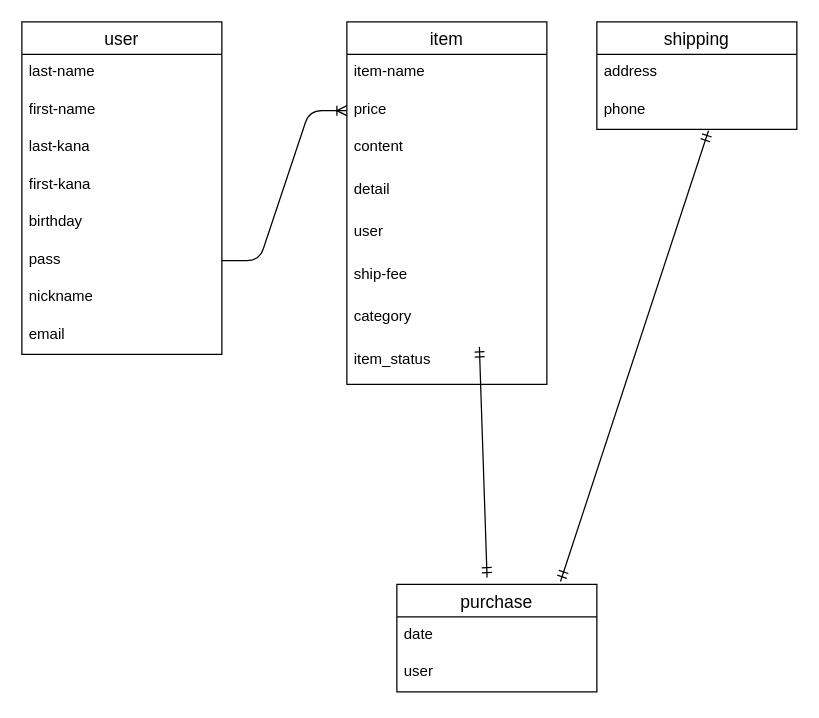
The draw.io diagram er.dio in ericaohashi/furima-37450, before the edit. Source tidied: cells renumbered, new cells numbered last; positions are measured from the earlier drawing's top-left corner, leaving out a move shared by most shapes. Both pictures are drawn from the tidied source at 125%, with x=0, y=0 at pixel (21, 21).
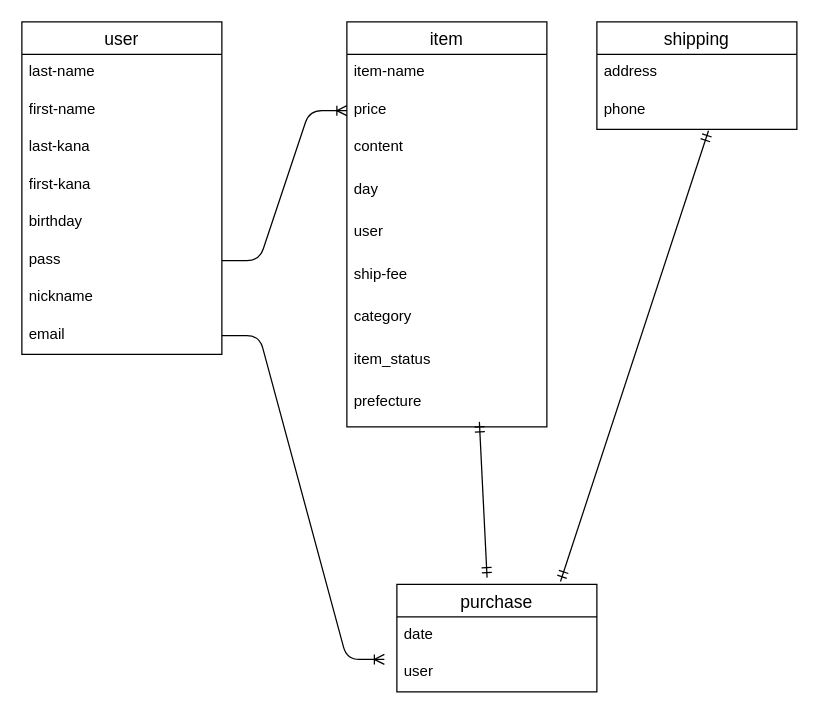
Above is the later version.

Unchanged cells that the change refers to:
```xml
<mxCell id="10" value="email" style="text;strokeColor=none;fillColor=none;spacingLeft=4;spacingRight=4;overflow=hidden;points=[[0,0.5],[1,0.5]];portConstraint=eastwest;fontSize=12;" parent="2" vertex="1">
  <mxGeometry y="236" width="160" height="30" as="geometry" />
</mxCell>
<mxCell id="23" value="purchase" style="swimlane;fontStyle=0;horizontal=1;startSize=26;align=center;fontSize=14;" parent="1" vertex="1">
  <mxGeometry x="300" y="450" width="160" height="86" as="geometry" />
</mxCell>
```

The edit, as a diff of the source:
```diff
@@
     <mxCell id="11" value="item" style="swimlane;fontStyle=0;horizontal=1;startSize=26;align=center;fontSize=14;" parent="1" vertex="1">
-      <mxGeometry x="260" width="160" height="290" as="geometry" />
+      <mxGeometry x="260" width="160" height="324" as="geometry" />
     </mxCell>
@@
-    <mxCell id="15" value="detail" style="text;strokeColor=none;fillColor=none;spacingLeft=4;spacingRight=4;overflow=hidden;fontSize=12;" parent="11" vertex="1">
+    <mxCell id="15" value="day" style="text;strokeColor=none;fillColor=none;spacingLeft=4;spacingRight=4;overflow=hidden;fontSize=12;" parent="11" vertex="1">
       <mxGeometry y="120" width="160" height="34" as="geometry" />
     </mxCell>
@@
+    <mxCell id="29" value="item_status" style="text;strokeColor=none;fillColor=none;spacingLeft=4;spacingRight=4;overflow=hidden;fontSize=12;" parent="11" vertex="1">
+      <mxGeometry y="256" width="160" height="34" as="geometry" />
+    </mxCell>
-    <mxCell id="19" value="item_status" style="text;strokeColor=none;fillColor=none;spacingLeft=4;spacingRight=4;overflow=hidden;fontSize=12;" parent="11" vertex="1">
-      <mxGeometry y="256" width="160" height="34" as="geometry" />
+    <mxCell id="19" value="prefecture" style="text;strokeColor=none;fillColor=none;spacingLeft=4;spacingRight=4;overflow=hidden;fontSize=12;" parent="11" vertex="1">
+      <mxGeometry y="290" width="160" height="34" as="geometry" />
     </mxCell>
@@
     <mxCell id="27" style="fontSize=12;html=1;endArrow=ERmandOne;startArrow=ERmandOne;exitX=0.451;exitY=-0.063;exitDx=0;exitDy=0;exitPerimeter=0;" parent="1" edge="1" source="23">
       <mxGeometry relative="1" as="geometry">
-        <mxPoint x="366" y="260" as="targetPoint" />
+        <mxPoint x="366" y="320" as="targetPoint" />
       </mxGeometry>
     </mxCell>
@@
+    <mxCell id="30" style="edgeStyle=entityRelationEdgeStyle;fontSize=12;html=1;endArrow=ERoneToMany;exitX=1;exitY=0.5;exitDx=0;exitDy=0;" parent="1" edge="1" source="10">
+      <mxGeometry relative="1" as="geometry">
+        <mxPoint x="290" y="510" as="targetPoint" />
+      </mxGeometry>
+    </mxCell>
+    <mxCell id="31" value="&lt;br&gt;" style="edgeLabel;html=1;align=center;verticalAlign=middle;" parent="30" vertex="1">
+      <mxGeometry x="-0.74" y="1" relative="1" as="geometry" />
+    </mxCell>
```
